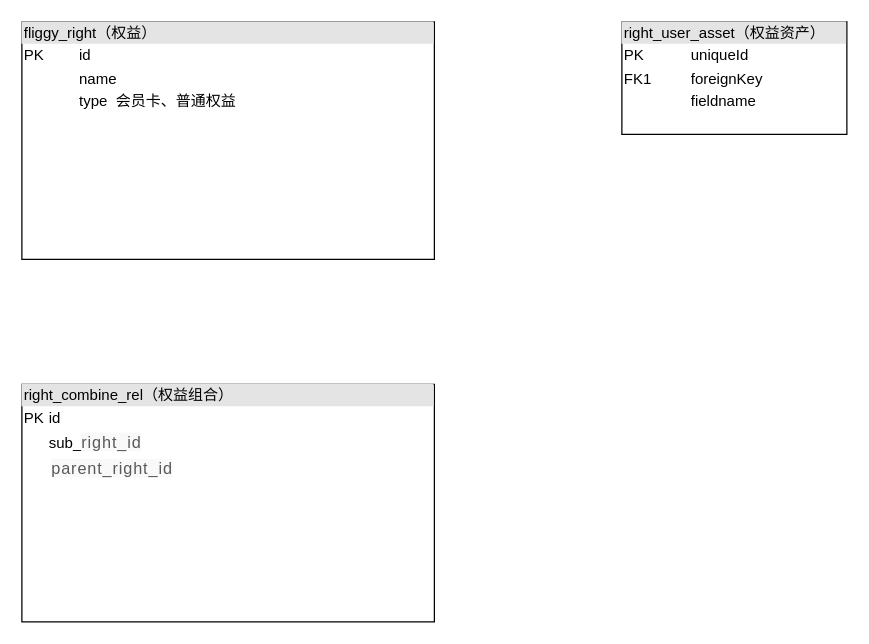
Earlier version of the draw.io diagram page "会员卡创建" (1 of 3) of 付费权益.drawio (renqiuming/drawio). Source tidied: cells renumbered, new cells numbered last; positions are measured from the earlier drawing's top-left corner, leaving out a move shared by most shapes. Both pictures are drawn from the tidied source at 125%, with x=0, y=0 at pixel (21, 21).
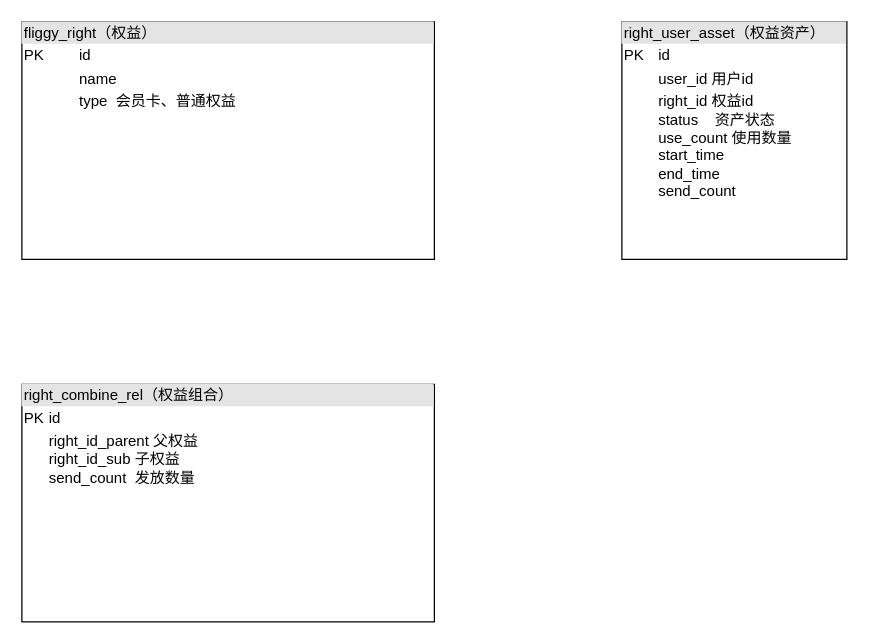
Above is the later version.

Commit message (it also covers changes not shown here):
更新付费权益.drawio

Change to the diagram source:
```diff
@@
 <mxGraphModel background="#ffffff">
   <root>
     <mxCell id="0" />
     <mxCell id="1" parent="0" />
     <mxCell id="2" value="&lt;div style=&quot;box-sizing: border-box ; width: 100% ; background: #e4e4e4 ; padding: 2px&quot;&gt;fliggy_right（权益）&lt;/div&gt;&lt;table style=&quot;width: 100% ; font-size: 1em&quot; cellpadding=&quot;2&quot; cellspacing=&quot;0&quot;&gt;&lt;tbody&gt;&lt;tr&gt;&lt;td&gt;PK&lt;/td&gt;&lt;td&gt;id&lt;/td&gt;&lt;/tr&gt;&lt;tr&gt;&lt;td&gt;&lt;br&gt;&lt;/td&gt;&lt;td&gt;name&lt;br&gt;&lt;/td&gt;&lt;/tr&gt;&lt;tr&gt;&lt;td&gt;&lt;/td&gt;&lt;td&gt;type&amp;nbsp; 会员卡、普通权益&lt;br&gt;&lt;br&gt;&lt;br&gt;&lt;br&gt;&lt;br&gt;&lt;br&gt;&lt;/td&gt;&lt;/tr&gt;&lt;/tbody&gt;&lt;/table&gt;" style="verticalAlign=top;align=left;overflow=fill;html=1;" parent="1" vertex="1">
       <mxGeometry width="330" height="190" as="geometry" />
     </mxCell>
-    <mxCell id="3" value="&lt;div style=&quot;box-sizing: border-box ; width: 100% ; background: #e4e4e4 ; padding: 2px&quot;&gt;right_user_asset（权益资产）&lt;br&gt;&lt;/div&gt;&lt;table style=&quot;width: 100% ; font-size: 1em&quot; cellpadding=&quot;2&quot; cellspacing=&quot;0&quot;&gt;&lt;tbody&gt;&lt;tr&gt;&lt;td&gt;PK&lt;/td&gt;&lt;td&gt;uniqueId&lt;/td&gt;&lt;/tr&gt;&lt;tr&gt;&lt;td&gt;FK1&lt;/td&gt;&lt;td&gt;foreignKey&lt;/td&gt;&lt;/tr&gt;&lt;tr&gt;&lt;td&gt;&lt;/td&gt;&lt;td&gt;fieldname&lt;/td&gt;&lt;/tr&gt;&lt;/tbody&gt;&lt;/table&gt;" style="verticalAlign=top;align=left;overflow=fill;html=1;" parent="1" vertex="1">
-      <mxGeometry x="480" width="180" height="90" as="geometry" />
+    <mxCell id="3" value="&lt;div style=&quot;box-sizing: border-box ; width: 100% ; background: #e4e4e4 ; padding: 2px&quot;&gt;right_user_asset（权益资产）&lt;br&gt;&lt;/div&gt;&lt;table style=&quot;width: 100% ; font-size: 1em&quot; cellpadding=&quot;2&quot; cellspacing=&quot;0&quot;&gt;&lt;tbody&gt;&lt;tr&gt;&lt;td&gt;PK&lt;/td&gt;&lt;td&gt;id&lt;/td&gt;&lt;/tr&gt;&lt;tr&gt;&lt;td&gt;&lt;br&gt;&lt;/td&gt;&lt;td&gt;user_id 用户id&lt;/td&gt;&lt;/tr&gt;&lt;tr&gt;&lt;td&gt;&lt;br&gt;&lt;/td&gt;&lt;td&gt;right_id 权益id&lt;br&gt;status&amp;nbsp; &amp;nbsp; 资产状态&lt;br&gt;use_count 使用数量&lt;br&gt;start_time&lt;br&gt;end_time&lt;br&gt;send_count&lt;br&gt;&lt;br&gt;&lt;/td&gt;&lt;/tr&gt;&lt;/tbody&gt;&lt;/table&gt;" style="verticalAlign=top;align=left;overflow=fill;html=1;" parent="1" vertex="1">
+      <mxGeometry x="480" width="180" height="190" as="geometry" />
     </mxCell>
-    <mxCell id="4" value="&lt;div style=&quot;box-sizing: border-box ; width: 100% ; background: #e4e4e4 ; padding: 2px&quot;&gt;right_combine_rel（权益组合）&lt;/div&gt;&lt;table style=&quot;width: 100% ; font-size: 1em&quot; cellpadding=&quot;2&quot; cellspacing=&quot;0&quot;&gt;&lt;tbody&gt;&lt;tr&gt;&lt;td&gt;PK&lt;/td&gt;&lt;td&gt;id&lt;/td&gt;&lt;/tr&gt;&lt;tr&gt;&lt;td&gt;&lt;br&gt;&lt;/td&gt;&lt;td&gt;sub_&lt;span style=&quot;color: rgb(89 , 89 , 89) ; font-family: , &amp;#34;consolas&amp;#34; , &amp;#34;liberation mono&amp;#34; , &amp;#34;menlo&amp;#34; , &amp;#34;courier&amp;#34; , monospace ; font-size: 13px ; letter-spacing: 0.7px ; background-color: rgb(249 , 249 , 249)&quot;&gt;right_id&lt;/span&gt;&lt;br&gt;&lt;/td&gt;&lt;/tr&gt;&lt;tr&gt;&lt;td&gt;&lt;/td&gt;&lt;td&gt;&lt;table cellpadding=&quot;2&quot; cellspacing=&quot;0&quot; style=&quot;font-size: 1em ; width: 330px&quot;&gt;&lt;tbody&gt;&lt;tr&gt;&lt;td&gt;&lt;span style=&quot;color: rgb(89 , 89 , 89) ; font-family: , &amp;#34;consolas&amp;#34; , &amp;#34;liberation mono&amp;#34; , &amp;#34;menlo&amp;#34; , &amp;#34;courier&amp;#34; , monospace ; font-size: 13px ; letter-spacing: 0.7px ; background-color: rgb(249 , 249 , 249)&quot;&gt;parent_right_id&lt;br&gt;&lt;br&gt;&lt;/span&gt;&lt;/td&gt;&lt;/tr&gt;&lt;/tbody&gt;&lt;/table&gt;&lt;br&gt;&lt;br&gt;&lt;br&gt;&lt;br&gt;&lt;/td&gt;&lt;/tr&gt;&lt;/tbody&gt;&lt;/table&gt;" style="verticalAlign=top;align=left;overflow=fill;html=1;" parent="1" vertex="1">
+    <mxCell id="4" value="&lt;div style=&quot;box-sizing: border-box ; width: 100% ; background: #e4e4e4 ; padding: 2px&quot;&gt;right_combine_rel（权益组合）&lt;/div&gt;&lt;table style=&quot;width: 100% ; font-size: 1em&quot; cellpadding=&quot;2&quot; cellspacing=&quot;0&quot;&gt;&lt;tbody&gt;&lt;tr&gt;&lt;td&gt;PK&lt;/td&gt;&lt;td&gt;id&lt;/td&gt;&lt;/tr&gt;&lt;tr&gt;&lt;td&gt;&lt;br&gt;&lt;/td&gt;&lt;td&gt;right_id_parent 父权益&lt;br&gt;right_id_sub 子权益&lt;br&gt;send_count&amp;nbsp; 发放数量&lt;br&gt;&lt;span style=&quot;color: rgb(89 , 89 , 89) ; font-family: , &amp;#34;consolas&amp;#34; , &amp;#34;liberation mono&amp;#34; , &amp;#34;menlo&amp;#34; , &amp;#34;courier&amp;#34; , monospace ; font-size: 13px ; letter-spacing: 0.7px ; background-color: rgb(249 , 249 , 249)&quot;&gt;&lt;br&gt;&lt;/span&gt;&lt;/td&gt;&lt;/tr&gt;&lt;tr&gt;&lt;td&gt;&lt;/td&gt;&lt;td&gt;&lt;table cellpadding=&quot;2&quot; cellspacing=&quot;0&quot; style=&quot;font-size: 1em ; width: 330px&quot;&gt;&lt;tbody&gt;&lt;tr&gt;&lt;td&gt;&lt;span style=&quot;color: rgb(89 , 89 , 89) ; font-family: , &amp;#34;consolas&amp;#34; , &amp;#34;liberation mono&amp;#34; , &amp;#34;menlo&amp;#34; , &amp;#34;courier&amp;#34; , monospace ; font-size: 13px ; letter-spacing: 0.7px ; background-color: rgb(249 , 249 , 249)&quot;&gt;&lt;br&gt;&lt;br&gt;&lt;/span&gt;&lt;/td&gt;&lt;/tr&gt;&lt;/tbody&gt;&lt;/table&gt;&lt;br&gt;&lt;br&gt;&lt;br&gt;&lt;br&gt;&lt;/td&gt;&lt;/tr&gt;&lt;/tbody&gt;&lt;/table&gt;" style="verticalAlign=top;align=left;overflow=fill;html=1;" parent="1" vertex="1">
       <mxGeometry y="290" width="330" height="190" as="geometry" />
     </mxCell>
   </root>
 </mxGraphModel>
```
